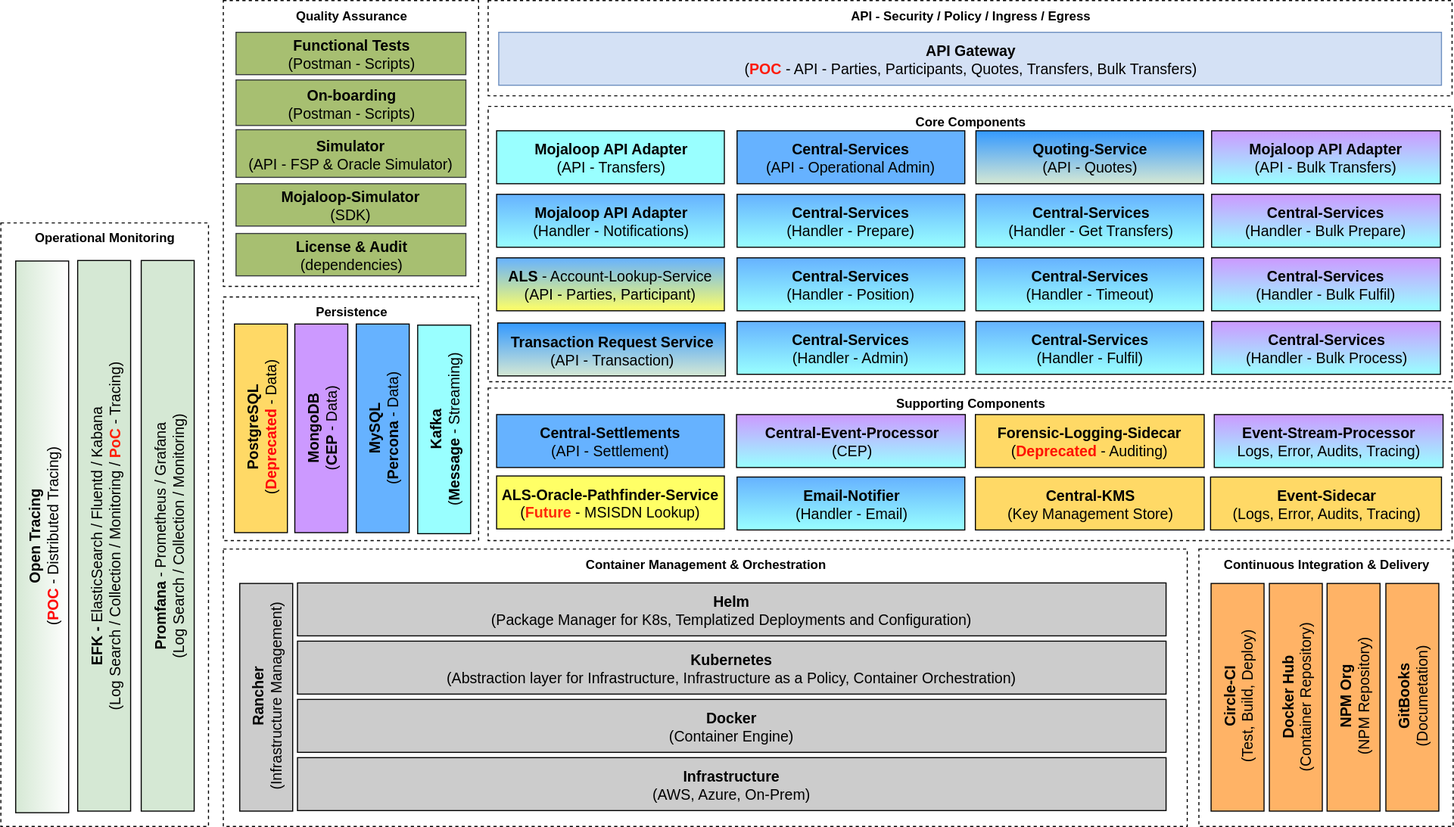
Above: mojaloop-technical-overview/overview/assets/diagrams/architecture/Arch-Mojaloop-overview-PI7.svg in mojaloop/documentation (draw.io), before the change. Source tidied: cells renumbered, new cells last; positions are measured from the earlier drawing's top-left corner, leaving out a move shared by most shapes.
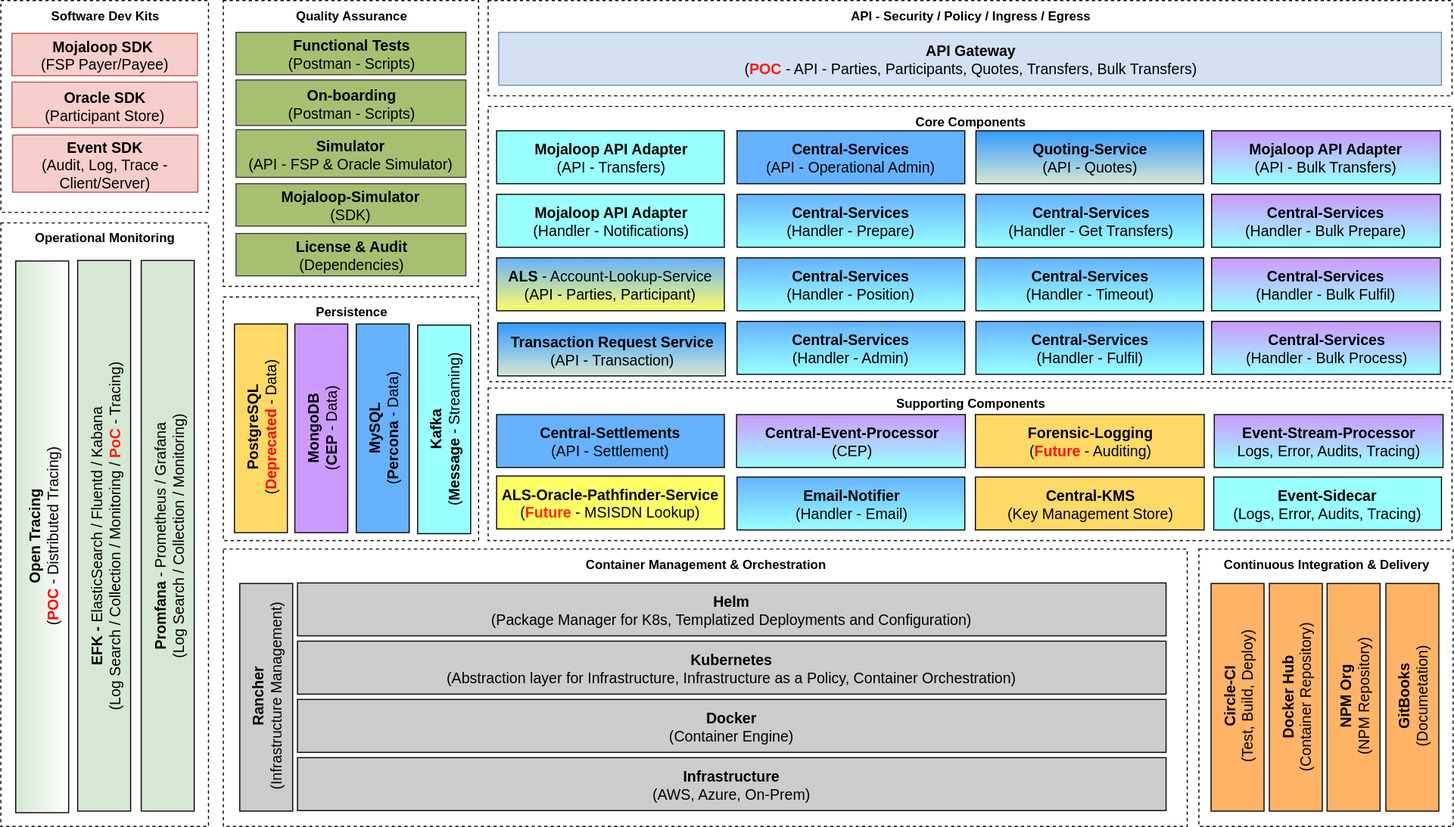
Above is the later version.

Commit message:
Updated event-framework and arch diagram for PI7

Diff of the diagram source:
```diff
@@ -50,9 +50,6 @@
     <mxCell id="17" value="&lt;b style=&quot;font-size: 14px&quot;&gt;Mojaloop API Adapter&lt;/b&gt;&lt;br style=&quot;font-size: 14px&quot;&gt;&lt;span style=&quot;font-size: 14px&quot;&gt;(API - Transfers)&lt;/span&gt;&lt;br style=&quot;font-size: 14px&quot;&gt;" style="rounded=0;whiteSpace=wrap;html=1;fontColor=#000000;align=center;fillColor=#99FFFF;fontSize=14;rotation=0;gradientColor=#99FFFF;" parent="1" vertex="1">
       <mxGeometry x="690" y="123" width="215" height="50" as="geometry" />
     </mxCell>
-    <mxCell id="18" value="&lt;b style=&quot;font-size: 14px&quot;&gt;Mojaloop API Adapter&lt;/b&gt;&lt;br style=&quot;font-size: 14px&quot;&gt;&lt;span style=&quot;font-size: 14px&quot;&gt;(Handler - Notifications)&lt;/span&gt;&lt;br style=&quot;font-size: 14px&quot;&gt;" style="rounded=0;whiteSpace=wrap;html=1;fontColor=#000000;align=center;fillColor=#66B2FF;fontSize=14;rotation=0;gradientColor=#99FFFF;" parent="1" vertex="1">
-      <mxGeometry x="690" y="183" width="215" height="50" as="geometry" />
-    </mxCell>
     <mxCell id="19" value="&lt;b style=&quot;font-size: 14px&quot;&gt;Central-Services&lt;/b&gt;&lt;br style=&quot;font-size: 14px&quot;&gt;&lt;span style=&quot;font-size: 14px&quot;&gt;(API - Operational Admin)&lt;/span&gt;&lt;br style=&quot;font-size: 14px&quot;&gt;" style="rounded=0;whiteSpace=wrap;html=1;fontColor=#000000;align=center;fillColor=#66B2FF;fontSize=14;rotation=0;" parent="1" vertex="1">
       <mxGeometry x="917" y="123" width="215" height="50" as="geometry" />
     </mxCell>
@@ -71,10 +68,7 @@
     <mxCell id="24" value="&lt;b style=&quot;font-size: 14px&quot;&gt;Central-Services&lt;/b&gt;&lt;br style=&quot;font-size: 14px&quot;&gt;&lt;span style=&quot;font-size: 14px&quot;&gt;(Handler - Timeout)&lt;/span&gt;&lt;br style=&quot;font-size: 14px&quot;&gt;" style="rounded=0;whiteSpace=wrap;html=1;fontColor=#000000;align=center;fillColor=#66B2FF;fontSize=14;rotation=0;gradientColor=#99FFFF;" parent="1" vertex="1">
       <mxGeometry x="1142.5" y="243" width="215" height="50" as="geometry" />
     </mxCell>
-    <mxCell id="25" value="&lt;b style=&quot;font-size: 14px&quot;&gt;Event-Sidecar&lt;/b&gt;&lt;br style=&quot;font-size: 14px&quot;&gt;&lt;span style=&quot;font-size: 14px&quot;&gt;(Logs, Error, Audits, Tracing)&lt;/span&gt;" style="rounded=0;whiteSpace=wrap;html=1;fontColor=#000000;align=center;fillColor=#FFD966;fontSize=14;rotation=0;gradientColor=none;" parent="1" vertex="1">
-      <mxGeometry x="1364" y="450" width="218" height="50" as="geometry" />
-    </mxCell>
-    <mxCell id="26" value="&lt;b style=&quot;font-size: 14px&quot;&gt;Central-KMS&lt;/b&gt;&lt;br style=&quot;font-size: 14px&quot;&gt;&lt;span style=&quot;font-size: 14px&quot;&gt;(Key Management Store)&lt;/span&gt;&lt;br style=&quot;font-size: 14px&quot;&gt;" style="rounded=0;whiteSpace=wrap;html=1;fontColor=#000000;align=center;fillColor=#FFD966;fontSize=14;rotation=0;gradientColor=none;" parent="1" vertex="1">
+    <mxCell id="26" value="&lt;b style=&quot;font-size: 14px&quot;&gt;Central-KMS&lt;/b&gt;&lt;br style=&quot;font-size: 14px&quot;&gt;&lt;span style=&quot;font-size: 14px&quot;&gt;(&lt;/span&gt;&lt;span style=&quot;font-size: 14px&quot;&gt;Key Management Store)&lt;/span&gt;" style="rounded=0;whiteSpace=wrap;html=1;fontColor=#000000;align=center;fillColor=#FFD966;fontSize=14;rotation=0;gradientColor=none;" parent="1" vertex="1">
       <mxGeometry x="1142" y="450" width="216" height="50" as="geometry" />
     </mxCell>
     <mxCell id="27" value="&lt;b style=&quot;font-size: 14px&quot;&gt;ALS &lt;/b&gt;&lt;span style=&quot;font-size: 14px&quot;&gt;- &lt;/span&gt;&lt;span style=&quot;font-size: 14px&quot;&gt;Account-Lookup-Service&lt;/span&gt;&lt;br style=&quot;font-size: 14px&quot;&gt;&lt;span style=&quot;font-size: 14px&quot;&gt;(API - Parties, Participant)&lt;/span&gt;&lt;br style=&quot;font-size: 14px&quot;&gt;" style="rounded=0;whiteSpace=wrap;html=1;fontColor=#000000;align=center;fillColor=#66B2FF;fontSize=14;rotation=0;gradientColor=#FFFF66;" parent="1" vertex="1">
@@ -122,7 +116,7 @@
     <mxCell id="41" value="&lt;b&gt;Mojaloop API Adapter&lt;/b&gt;&lt;br&gt;(API - Bulk Transfers)&lt;br&gt;" style="rounded=0;whiteSpace=wrap;html=1;fontColor=#000000;align=center;fillColor=#CC99FF;fontSize=14;rotation=0;gradientColor=#99FFFF;" parent="1" vertex="1">
       <mxGeometry x="1365" y="123" width="216" height="50" as="geometry" />
     </mxCell>
-    <mxCell id="42" value="&lt;b style=&quot;font-size: 14px&quot;&gt;Forensic-Logging-Sidecar&lt;/b&gt;&lt;br style=&quot;font-size: 14px&quot;&gt;&lt;span style=&quot;font-size: 14px&quot;&gt;(&lt;b&gt;&lt;font color=&quot;#ff1100&quot;&gt;Deprecated&lt;/font&gt;&lt;/b&gt; - Auditing)&lt;/span&gt;&lt;br style=&quot;font-size: 14px&quot;&gt;" style="rounded=0;whiteSpace=wrap;html=1;fontColor=#000000;align=center;fillColor=#FFD966;fontSize=14;rotation=0;gradientColor=none;" parent="1" vertex="1">
+    <mxCell id="42" value="&lt;b style=&quot;font-size: 14px&quot;&gt;Forensic-Logging&lt;/b&gt;&lt;br style=&quot;font-size: 14px&quot;&gt;&lt;span style=&quot;font-size: 14px&quot;&gt;(&lt;b&gt;&lt;font color=&quot;#ff1100&quot;&gt;Future&lt;/font&gt;&lt;/b&gt; - Auditing)&lt;/span&gt;" style="rounded=0;whiteSpace=wrap;html=1;fontColor=#000000;align=center;fillColor=#FFD966;fontSize=14;rotation=0;gradientColor=none;" parent="1" vertex="1">
       <mxGeometry x="1142" y="391" width="216" height="50" as="geometry" />
     </mxCell>
     <mxCell id="43" value="&lt;b style=&quot;font-size: 14px&quot;&gt;Central-Settlements&lt;/b&gt;&lt;br style=&quot;font-size: 14px&quot;&gt;(API - Settlement)&lt;br style=&quot;font-size: 14px&quot;&gt;" style="rounded=0;whiteSpace=wrap;html=1;fontColor=#000000;align=center;fillColor=#66B2FF;fontSize=14;rotation=0;gradientColor=none;" parent="1" vertex="1">
@@ -143,7 +137,7 @@
     <mxCell id="48" value="&lt;b style=&quot;font-size: 14px&quot;&gt;Mojaloop-Simulator&lt;/b&gt;&lt;br style=&quot;font-size: 14px&quot;&gt;&lt;span style=&quot;font-size: 14px&quot;&gt;(SDK)&lt;/span&gt;" style="rounded=0;whiteSpace=wrap;html=1;align=center;fillColor=#A7BF71;fontSize=14;rotation=0;strokeColor=#36393d;" parent="1" vertex="1">
       <mxGeometry x="444" y="173" width="217" height="40" as="geometry" />
     </mxCell>
-    <mxCell id="49" value="&lt;b&gt;License &amp;amp; Audit&lt;/b&gt;&lt;br&gt;(dependencies)" style="rounded=0;whiteSpace=wrap;html=1;align=center;fillColor=#A7BF71;fontSize=14;rotation=0;strokeColor=#36393d;" parent="1" vertex="1">
+    <mxCell id="49" value="&lt;b&gt;License &amp;amp; Audit&lt;/b&gt;&lt;br&gt;(Dependencies)" style="rounded=0;whiteSpace=wrap;html=1;align=center;fillColor=#A7BF71;fontSize=14;rotation=0;strokeColor=#36393d;" parent="1" vertex="1">
       <mxGeometry x="444" y="220" width="217" height="40" as="geometry" />
     </mxCell>
     <mxCell id="50" value="&lt;b&gt;Persistence&lt;/b&gt;" style="rounded=0;whiteSpace=wrap;html=1;dashed=1;fillColor=none;verticalAlign=top;" parent="1" vertex="1">
@@ -164,5 +158,23 @@
     <mxCell id="55" value="&lt;b&gt;Transaction Request Service&lt;/b&gt;&lt;br&gt;(API - Transaction)" style="rounded=0;whiteSpace=wrap;html=1;fontColor=#000000;align=center;fillColor=#3399FF;fontSize=14;rotation=0;gradientColor=#D5E8D4;" parent="1" vertex="1">
       <mxGeometry x="691" y="304.5" width="215" height="50" as="geometry" />
     </mxCell>
+    <mxCell id="56" value="&lt;b&gt;Software Dev Kits&lt;/b&gt;" style="rounded=0;whiteSpace=wrap;html=1;dashed=1;fillColor=none;verticalAlign=top;" parent="1" vertex="1">
+      <mxGeometry x="222" width="196" height="200" as="geometry" />
+    </mxCell>
+    <mxCell id="57" value="&lt;span style=&quot;font-size: 14px&quot;&gt;&lt;b&gt;Oracle SDK&lt;br&gt;&lt;/b&gt;(Participant Store)&lt;/span&gt;" style="rounded=0;whiteSpace=wrap;html=1;align=center;fontSize=14;rotation=0;fillColor=#f8cecc;strokeColor=#b85450;" parent="1" vertex="1">
+      <mxGeometry x="232.5" y="77" width="175" height="43" as="geometry" />
+    </mxCell>
+    <mxCell id="58" value="&lt;span style=&quot;font-size: 14px&quot;&gt;&lt;b&gt;Mojaloop SDK&amp;nbsp;&lt;br&gt;&lt;/b&gt;(FSP Payer/Payee)&lt;/span&gt;" style="rounded=0;whiteSpace=wrap;html=1;align=center;fontSize=14;rotation=0;fillColor=#f8cecc;strokeColor=#b85450;" parent="1" vertex="1">
+      <mxGeometry x="232.5" y="31" width="175" height="40" as="geometry" />
+    </mxCell>
+    <mxCell id="59" value="&lt;span style=&quot;font-size: 14px&quot;&gt;&lt;b&gt;Event SDK&lt;br&gt;&lt;/b&gt;(Audit, Log, Trace - Client/Server)&lt;/span&gt;" style="rounded=0;whiteSpace=wrap;html=1;align=center;fontSize=14;rotation=0;fillColor=#f8cecc;strokeColor=#b85450;" parent="1" vertex="1">
+      <mxGeometry x="233" y="127" width="175" height="54" as="geometry" />
+    </mxCell>
+    <mxCell id="25" value="&lt;b&gt;Event-Sidecar&lt;/b&gt;&lt;br&gt;(Logs, Error, Audits, Tracing)" style="rounded=0;whiteSpace=wrap;html=1;fontColor=#000000;align=center;fillColor=#99FFFF;fontSize=14;rotation=0;gradientColor=#99FFFF;" parent="1" vertex="1">
+      <mxGeometry x="1367" y="450" width="215" height="50" as="geometry" />
+    </mxCell>
+    <mxCell id="18" value="&lt;b&gt;Mojaloop API Adapter&lt;/b&gt;&lt;br&gt;(Handler - Notifications)" style="rounded=0;whiteSpace=wrap;html=1;fontColor=#000000;align=center;fillColor=#99FFFF;fontSize=14;rotation=0;gradientColor=#99FFFF;" parent="1" vertex="1">
+      <mxGeometry x="690" y="183" width="215" height="50" as="geometry" />
+    </mxCell>
   </root>
 </mxGraphModel>
```
